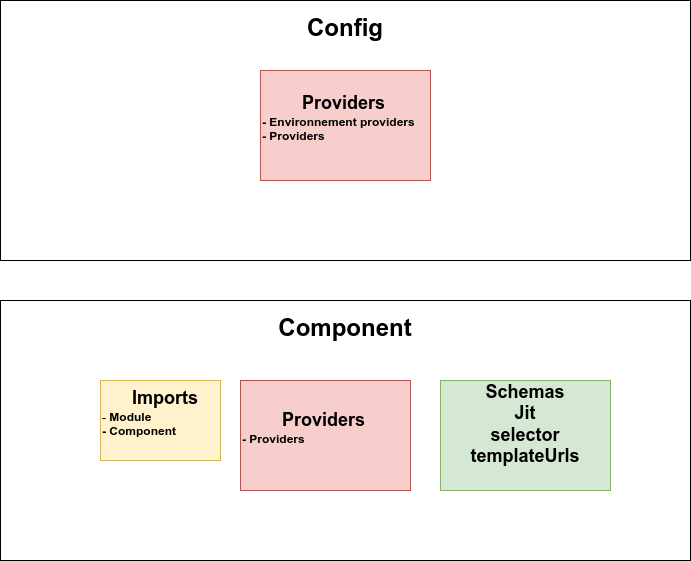
The draw.io diagram presentation/slides/images/standalone/standalone.png in fallainmat/atelier_angular, before a commit. Source tidied: cells renumbered, new cells last; positions are measured from the earlier drawing's top-left corner, leaving out a move shared by most shapes.
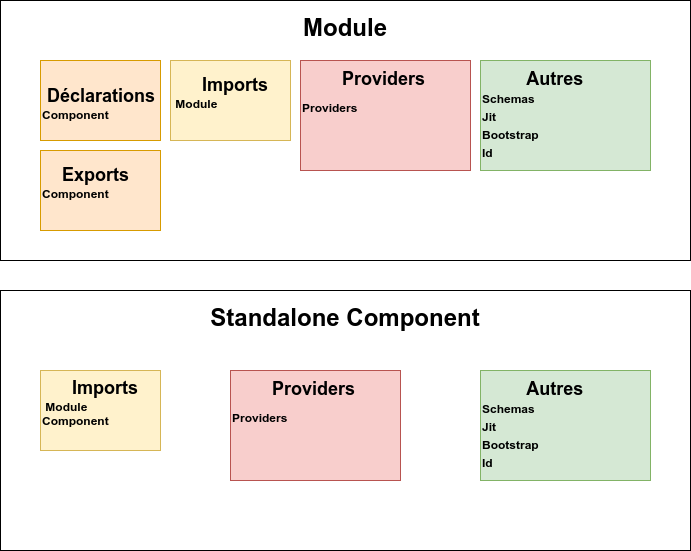
Above is the later version.

What changed in the source:
```diff
@@ -2,23 +2,35 @@
   <root>
     <mxCell id="0" />
     <mxCell id="1" parent="0" />
-    <mxCell id="2" value="&lt;p style=&quot;line-height: 150%;&quot;&gt;&lt;span style=&quot;font-size: 24px;&quot;&gt;&lt;b&gt;Component&lt;/b&gt;&lt;/span&gt;&lt;/p&gt;" style="rounded=0;whiteSpace=wrap;html=1;verticalAlign=top;" parent="1" vertex="1">
-      <mxGeometry y="300" width="690" height="260" as="geometry" />
-    </mxCell>
-    <mxCell id="3" value="&lt;p style=&quot;line-height: 150%;&quot;&gt;&lt;span style=&quot;font-size: 24px;&quot;&gt;&lt;b&gt;Config&lt;/b&gt;&lt;/span&gt;&lt;/p&gt;" style="rounded=0;whiteSpace=wrap;html=1;verticalAlign=top;" parent="1" vertex="1">
-      <mxGeometry width="690" height="260" as="geometry" />
-    </mxCell>
-    <mxCell id="4" value="&lt;span style=&quot;font-size: 18px;&quot;&gt;&lt;b&gt;&amp;nbsp; &amp;nbsp; &amp;nbsp; Imports&lt;/b&gt;&lt;/span&gt;&lt;br&gt;&lt;div&gt;-&amp;nbsp;&lt;b&gt;Module&lt;/b&gt;&lt;/div&gt;&lt;div&gt;&lt;b&gt;- Component&lt;/b&gt;&lt;/div&gt;&lt;div&gt;&lt;br&gt;&lt;/div&gt;" style="rounded=0;whiteSpace=wrap;html=1;align=left;fillColor=#fff2cc;strokeColor=#d6b656;" parent="1" vertex="1">
-      <mxGeometry x="100" y="380" width="120" height="80" as="geometry" />
-    </mxCell>
-    <mxCell id="5" value="&lt;span style=&quot;font-size: 18px;&quot;&gt;&lt;b&gt;&lt;span style=&quot;white-space: pre;&quot;&gt;&#9;&lt;/span&gt;Providers&lt;/b&gt;&lt;/span&gt;&lt;br&gt;&lt;div&gt;&lt;b&gt;- Environnement providers&lt;/b&gt;&lt;/div&gt;&lt;div&gt;&lt;b&gt;- Providers&lt;/b&gt;&lt;/div&gt;&lt;div&gt;&lt;br&gt;&lt;/div&gt;" style="rounded=0;whiteSpace=wrap;html=1;align=left;fillColor=#f8cecc;strokeColor=#b85450;" parent="1" vertex="1">
-      <mxGeometry x="260" y="70" width="170" height="110" as="geometry" />
-    </mxCell>
-    <mxCell id="6" value="&lt;div&gt;&lt;span style=&quot;font-size: 18px;&quot;&gt;&lt;b&gt;Schemas&lt;/b&gt;&lt;/span&gt;&lt;/div&gt;&lt;div&gt;&lt;span style=&quot;font-size: 18px;&quot;&gt;&lt;b&gt;Jit&lt;/b&gt;&lt;/span&gt;&lt;/div&gt;&lt;div&gt;&lt;span style=&quot;font-size: 18px;&quot;&gt;&lt;b&gt;selector&lt;/b&gt;&lt;/span&gt;&lt;/div&gt;&lt;div&gt;&lt;span style=&quot;font-size: 18px;&quot;&gt;&lt;b&gt;templateUrls&lt;br&gt;&lt;br&gt;&lt;/b&gt;&lt;/span&gt;&lt;/div&gt;" style="rounded=0;whiteSpace=wrap;html=1;align=center;fillColor=#d5e8d4;strokeColor=#82b366;" parent="1" vertex="1">
-      <mxGeometry x="440" y="380" width="170" height="110" as="geometry" />
-    </mxCell>
-    <mxCell id="7" value="&lt;span style=&quot;font-size: 18px;&quot;&gt;&lt;b&gt;&lt;span style=&quot;white-space: pre;&quot;&gt;&#9;&lt;/span&gt;Providers&lt;/b&gt;&lt;/span&gt;&lt;br&gt;&lt;div&gt;&lt;b style=&quot;background-color: initial;&quot;&gt;- Providers&lt;/b&gt;&lt;br&gt;&lt;/div&gt;&lt;div&gt;&lt;br&gt;&lt;/div&gt;" style="rounded=0;whiteSpace=wrap;html=1;align=left;fillColor=#f8cecc;strokeColor=#b85450;" parent="1" vertex="1">
-      <mxGeometry x="240" y="380" width="170" height="110" as="geometry" />
-    </mxCell>
+    <mxCell id="8" value="&lt;p style=&quot;line-height: 150%;&quot;&gt;&lt;font style=&quot;font-size: 24px;&quot;&gt;&lt;b style=&quot;&quot;&gt;Module&lt;/b&gt;&lt;/font&gt;&lt;/p&gt;" style="rounded=0;whiteSpace=wrap;html=1;verticalAlign=top;" parent="1" vertex="1">
+      <mxGeometry width="690" height="260" as="geometry" />
+    </mxCell>
+    <mxCell id="9" value="&lt;b&gt;&lt;font style=&quot;font-size: 18px;&quot;&gt;&amp;nbsp; &amp;nbsp;Déclarations&lt;/font&gt;&lt;/b&gt;&lt;div&gt;&lt;b&gt;Component&lt;/b&gt;&lt;/div&gt;&lt;div&gt;&lt;br&gt;&lt;/div&gt;" style="rounded=0;whiteSpace=wrap;html=1;align=left;fillColor=#ffe6cc;strokeColor=#d79b00;" parent="1" vertex="1">
+      <mxGeometry x="40" y="60" width="120" height="80" as="geometry" />
+    </mxCell>
+    <mxCell id="10" value="&lt;span style=&quot;font-size: 18px;&quot;&gt;&lt;b&gt;&amp;nbsp; &amp;nbsp; Exports&lt;/b&gt;&lt;/span&gt;&lt;br&gt;&lt;div&gt;&lt;b&gt;Component&lt;/b&gt;&lt;/div&gt;&lt;div&gt;&lt;br&gt;&lt;/div&gt;" style="rounded=0;whiteSpace=wrap;html=1;fillColor=#ffe6cc;strokeColor=#d79b00;align=left;" parent="1" vertex="1">
+      <mxGeometry x="40" y="150" width="120" height="80" as="geometry" />
+    </mxCell>
+    <mxCell id="11" value="&lt;span style=&quot;font-size: 18px;&quot;&gt;&lt;b&gt;&amp;nbsp; &amp;nbsp; &amp;nbsp; Imports&lt;/b&gt;&lt;/span&gt;&lt;br&gt;&lt;div&gt;&amp;nbsp;&lt;b&gt;Module&lt;/b&gt;&lt;/div&gt;&lt;div&gt;&lt;br&gt;&lt;/div&gt;" style="rounded=0;whiteSpace=wrap;html=1;align=left;fillColor=#fff2cc;strokeColor=#d6b656;" parent="1" vertex="1">
+      <mxGeometry x="170" y="60" width="120" height="80" as="geometry" />
+    </mxCell>
+    <mxCell id="12" value="&lt;span style=&quot;font-size: 18px;&quot;&gt;&lt;b&gt;&lt;span style=&quot;white-space: pre;&quot;&gt;&#9;&lt;/span&gt;Providers&lt;/b&gt;&lt;/span&gt;&lt;br&gt;&lt;div style=&quot;line-height: 300%;&quot;&gt;&lt;b style=&quot;background-color: initial;&quot;&gt;Providers&lt;/b&gt;&lt;br&gt;&lt;/div&gt;&lt;div style=&quot;line-height: 300%;&quot;&gt;&lt;br&gt;&lt;/div&gt;" style="rounded=0;whiteSpace=wrap;html=1;align=left;fillColor=#f8cecc;strokeColor=#b85450;" parent="1" vertex="1">
+      <mxGeometry x="300" y="60" width="170" height="110" as="geometry" />
+    </mxCell>
+    <mxCell id="13" value="&lt;div style=&quot;line-height: 150%;&quot;&gt;&lt;span style=&quot;font-size: 18px;&quot;&gt;&lt;b&gt;&amp;nbsp; &amp;nbsp; &amp;nbsp; &amp;nbsp; &amp;nbsp;Autres&lt;/b&gt;&lt;/span&gt;&lt;/div&gt;&lt;div style=&quot;line-height: 150%;&quot;&gt;&lt;b style=&quot;&quot;&gt;&lt;font style=&quot;font-size: 12px;&quot;&gt;Schemas&lt;/font&gt;&lt;/b&gt;&lt;/div&gt;&lt;div style=&quot;line-height: 150%;&quot;&gt;&lt;b&gt;&lt;font style=&quot;font-size: 12px;&quot;&gt;Jit&lt;/font&gt;&lt;/b&gt;&lt;/div&gt;&lt;div style=&quot;line-height: 150%;&quot;&gt;&lt;b&gt;&lt;font style=&quot;font-size: 12px;&quot;&gt;Bootstrap&lt;/font&gt;&lt;/b&gt;&lt;/div&gt;&lt;div style=&quot;line-height: 150%;&quot;&gt;&lt;b style=&quot;&quot;&gt;&lt;font style=&quot;font-size: 12px;&quot;&gt;Id&lt;/font&gt;&lt;/b&gt;&lt;/div&gt;" style="rounded=0;whiteSpace=wrap;html=1;align=left;fillColor=#d5e8d4;strokeColor=#82b366;" parent="1" vertex="1">
+      <mxGeometry x="480" y="60" width="170" height="110" as="geometry" />
+    </mxCell>
+    <mxCell id="14" value="&lt;p style=&quot;line-height: 150%;&quot;&gt;&lt;span style=&quot;font-size: 24px;&quot;&gt;&lt;b&gt;Standalone Component&lt;/b&gt;&lt;/span&gt;&lt;/p&gt;" style="rounded=0;whiteSpace=wrap;html=1;verticalAlign=top;" parent="1" vertex="1">
+      <mxGeometry y="290" width="690" height="260" as="geometry" />
+    </mxCell>
+    <mxCell id="15" value="&lt;span style=&quot;font-size: 18px;&quot;&gt;&lt;b&gt;&amp;nbsp; &amp;nbsp; &amp;nbsp; Imports&lt;/b&gt;&lt;/span&gt;&lt;br&gt;&lt;div&gt;&amp;nbsp;&lt;b&gt;Module&lt;/b&gt;&lt;/div&gt;&lt;div&gt;&lt;b&gt;Component&lt;/b&gt;&lt;/div&gt;&lt;div&gt;&lt;br&gt;&lt;/div&gt;" style="rounded=0;whiteSpace=wrap;html=1;align=left;fillColor=#fff2cc;strokeColor=#d6b656;" parent="1" vertex="1">
+      <mxGeometry x="40" y="370" width="120" height="80" as="geometry" />
+    </mxCell>
+    <mxCell id="16" value="&lt;span style=&quot;font-size: 18px;&quot;&gt;&lt;b&gt;&lt;span style=&quot;white-space: pre;&quot;&gt;&#9;&lt;/span&gt;Providers&lt;/b&gt;&lt;/span&gt;&lt;br&gt;&lt;div style=&quot;line-height: 300%;&quot;&gt;&lt;b style=&quot;background-color: initial;&quot;&gt;Providers&lt;/b&gt;&lt;br&gt;&lt;/div&gt;&lt;div style=&quot;line-height: 300%;&quot;&gt;&lt;br&gt;&lt;/div&gt;" style="rounded=0;whiteSpace=wrap;html=1;align=left;fillColor=#f8cecc;strokeColor=#b85450;" parent="1" vertex="1">
+      <mxGeometry x="230" y="370" width="170" height="110" as="geometry" />
+    </mxCell>
+    <mxCell id="17" value="&lt;div style=&quot;line-height: 150%;&quot;&gt;&lt;span style=&quot;font-size: 18px;&quot;&gt;&lt;b&gt;&amp;nbsp; &amp;nbsp; &amp;nbsp; &amp;nbsp; &amp;nbsp;Autres&lt;/b&gt;&lt;/span&gt;&lt;/div&gt;&lt;div style=&quot;line-height: 150%;&quot;&gt;&lt;b style=&quot;&quot;&gt;&lt;font style=&quot;font-size: 12px;&quot;&gt;Schemas&lt;/font&gt;&lt;/b&gt;&lt;/div&gt;&lt;div style=&quot;line-height: 150%;&quot;&gt;&lt;b&gt;&lt;font style=&quot;font-size: 12px;&quot;&gt;Jit&lt;/font&gt;&lt;/b&gt;&lt;/div&gt;&lt;div style=&quot;line-height: 150%;&quot;&gt;&lt;b&gt;&lt;font style=&quot;font-size: 12px;&quot;&gt;Bootstrap&lt;/font&gt;&lt;/b&gt;&lt;/div&gt;&lt;div style=&quot;line-height: 150%;&quot;&gt;&lt;b style=&quot;&quot;&gt;&lt;font style=&quot;font-size: 12px;&quot;&gt;Id&lt;/font&gt;&lt;/b&gt;&lt;/div&gt;" style="rounded=0;whiteSpace=wrap;html=1;align=left;fillColor=#d5e8d4;strokeColor=#82b366;" parent="1" vertex="1">
+      <mxGeometry x="480" y="370" width="170" height="110" as="geometry" />
+    </mxCell>
   </root>
 </mxGraphModel>
```
